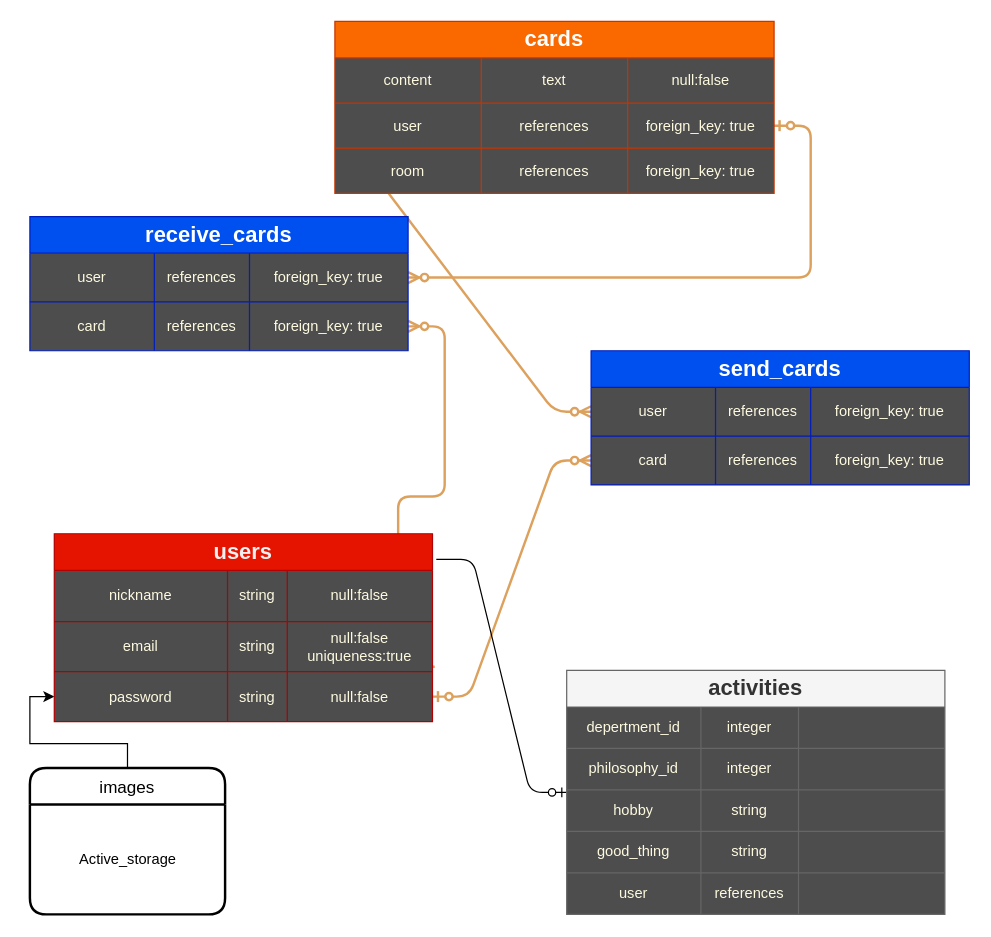
akashiyaki0128/ThanksCards keeps this draw.io diagram as ERD.drawio. Above is the earlier version. Source tidied: cells renumbered, new cells numbered last; positions are measured from the earlier drawing's top-left corner, leaving out a move shared by most shapes. Both pictures are drawn from the tidied source at 122%, with x=0, y=0 at pixel (29, 21).
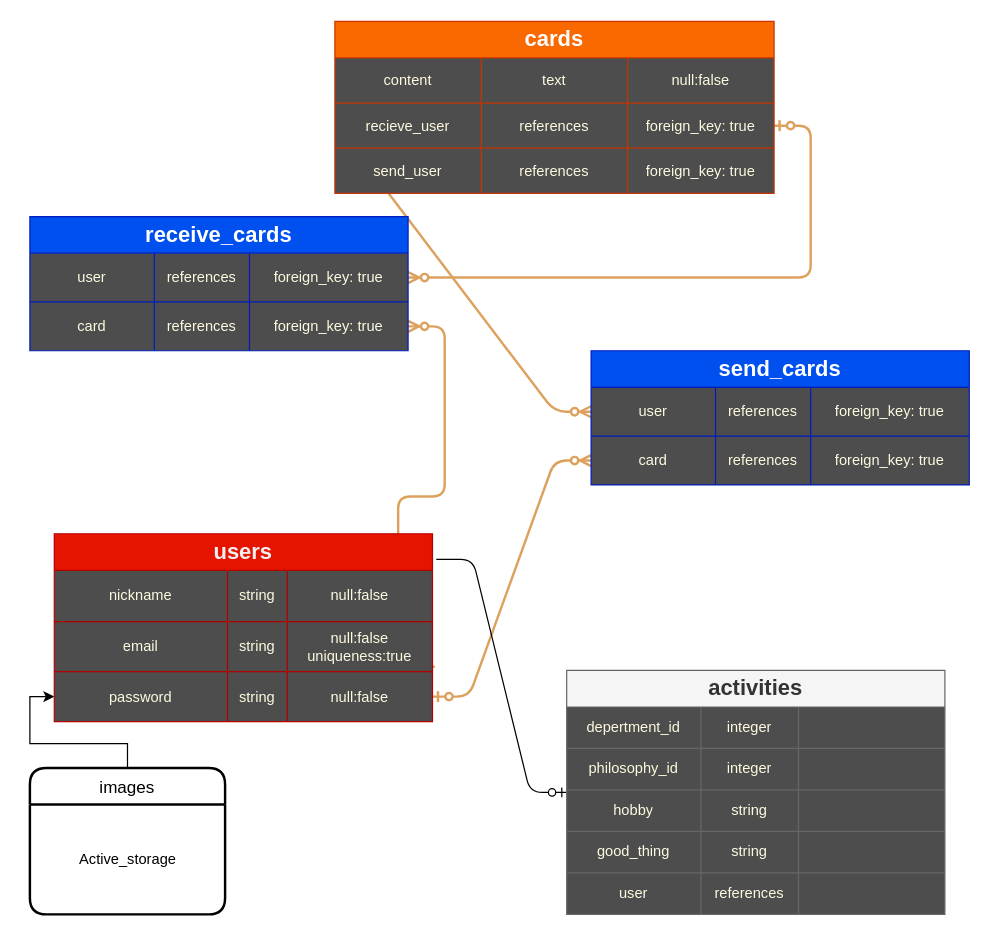
The same diagram, later.

The change refers to these unchanged cells:
```xml
<mxCell id="34" style="shape=partialRectangle;html=1;whiteSpace=wrap;fillColor=none;top=0;left=0;bottom=0;right=0;points=[[0,0.5],[1,0.5]];portConstraint=eastwest;strokeColor=#DDA15E;fontColor=#FEFAE0;" parent="29" vertex="1">
  <mxGeometry y="67" width="360" height="37" as="geometry" />
</mxCell>
<mxCell id="38" style="shape=partialRectangle;html=1;whiteSpace=wrap;fillColor=none;top=0;left=0;bottom=0;right=0;points=[[0,0.5],[1,0.5]];portConstraint=eastwest;strokeColor=#DDA15E;fontColor=#FEFAE0;" parent="29" vertex="1">
  <mxGeometry y="104" width="360" height="37" as="geometry" />
</mxCell>
```

The edit, as a diff of the source:
```diff
@@
-    <mxCell id="35" value="user" style="shape=partialRectangle;html=1;whiteSpace=wrap;fillColor=none;top=0;left=0;bottom=0;right=0;overflow=hidden;strokeColor=#DDA15E;fontColor=#FEFAE0;" parent="34" vertex="1">
+    <mxCell id="35" value="recieve_user" style="shape=partialRectangle;html=1;whiteSpace=wrap;fillColor=none;top=0;left=0;bottom=0;right=0;overflow=hidden;strokeColor=#DDA15E;fontColor=#FEFAE0;" parent="34" vertex="1">
       <mxGeometry width="120" height="37" as="geometry" />
     </mxCell>
@@
-    <mxCell id="39" value="room" style="shape=partialRectangle;html=1;whiteSpace=wrap;fillColor=none;top=0;left=0;bottom=0;right=0;overflow=hidden;strokeColor=#DDA15E;fontColor=#FEFAE0;" parent="38" vertex="1">
+    <mxCell id="39" value="send_user" style="shape=partialRectangle;html=1;whiteSpace=wrap;fillColor=none;top=0;left=0;bottom=0;right=0;overflow=hidden;strokeColor=#DDA15E;fontColor=#FEFAE0;" parent="38" vertex="1">
       <mxGeometry width="120" height="37" as="geometry" />
     </mxCell>
```
